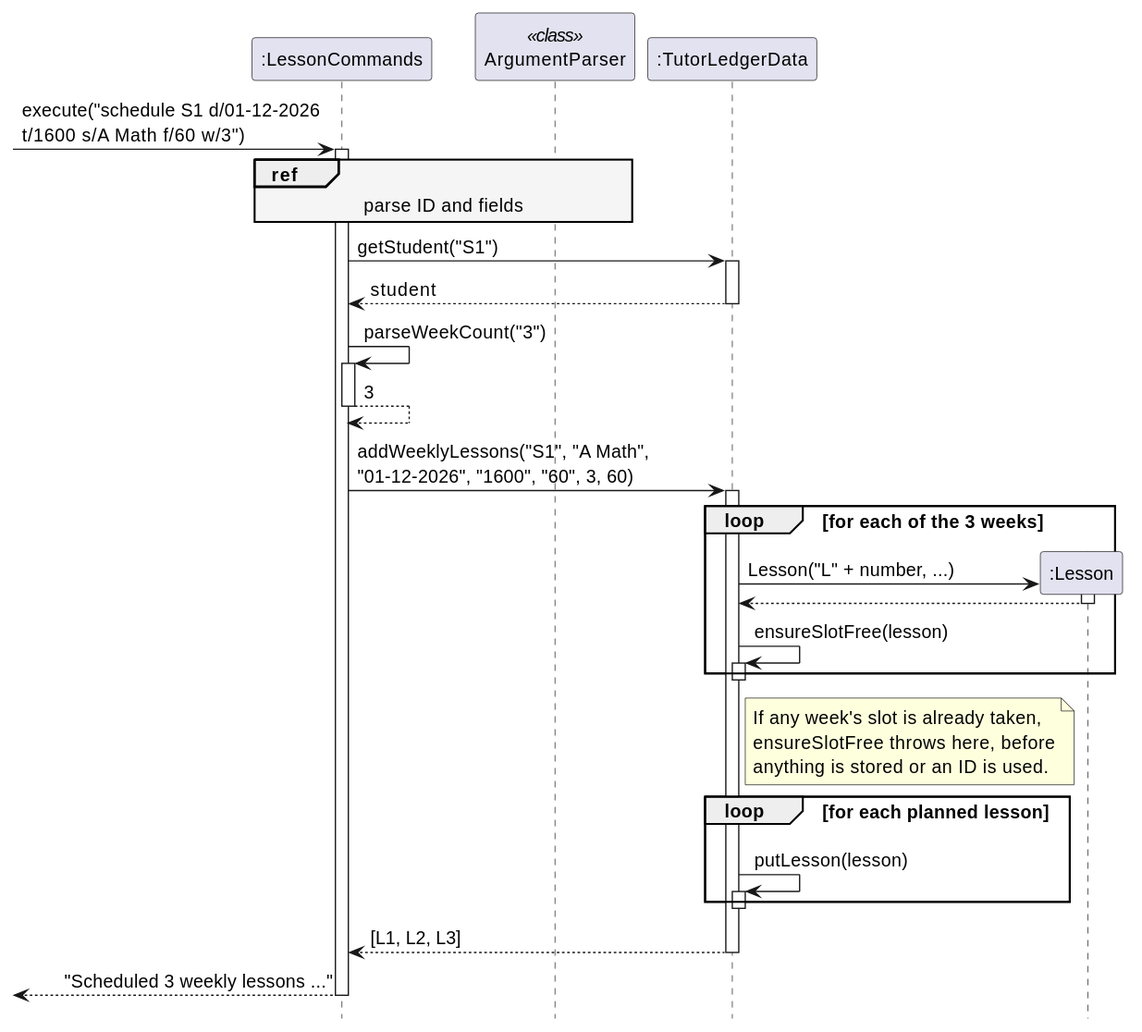
The PlantUML diagram docs/diagrams/lesson-weekly-sequence.svg in AY2627S1-CS2113-W12-2/tp, before a commit. The source it was exported from:
```plantuml
@startuml
skinparam backgroundColor white
skinparam defaultFontSize 14
skinparam shadowing false
skinparam sequenceReferenceBackgroundColor #F5F5F5
hide footbox

participant ":LessonCommands" as Commands
participant "ArgumentParser" as Parser <<class>>
participant ":TutorLedgerData" as Data

[-> Commands : execute("schedule S1 d/01-12-2026\nt/1600 s/A Math f/60 w/3")
activate Commands

ref over Commands, Parser : parse ID and fields

Commands -> Data : getStudent("S1")
activate Data
Data --> Commands : student
deactivate Data

Commands -> Commands : parseWeekCount("3")
activate Commands
Commands --> Commands : 3
deactivate Commands

Commands -> Data : addWeeklyLessons("S1", "A Math",\n"01-12-2026", "1600", "60", 3, 60)
activate Data

loop for each of the 3 weeks
  create ":Lesson" as Lesson
  Data -> Lesson : Lesson("L" + number, ...)
  activate Lesson
  Lesson --> Data
  deactivate Lesson
  Data -> Data : ensureSlotFree(lesson)
  activate Data
  deactivate Data
end

note right of Data
  If any week's slot is already taken,
  ensureSlotFree throws here, before
  anything is stored or an ID is used.
end note

loop for each planned lesson
  Data -> Data : putLesson(lesson)
  activate Data
  deactivate Data
end

Data --> Commands : [L1, L2, L3]
deactivate Data

[<-- Commands : "Scheduled 3 weekly lessons ..."
deactivate Commands
@enduml
```
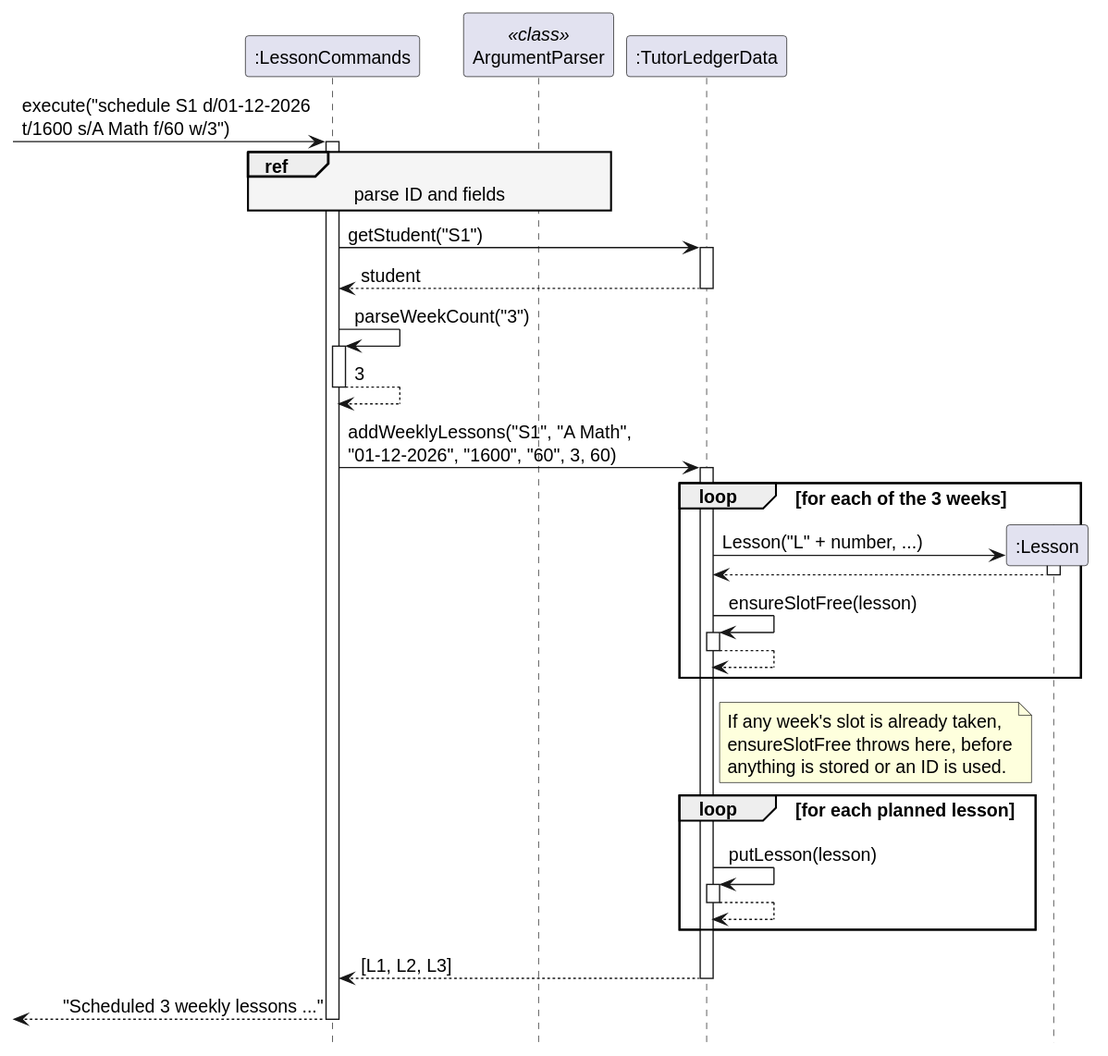
After the commit.

Diff of the diagram source:
```diff
@@ -35,6 +35,7 @@
   deactivate Lesson
   Data -> Data : ensureSlotFree(lesson)
   activate Data
+  Data --> Data
   deactivate Data
 end
 
@@ -47,6 +48,7 @@
 loop for each planned lesson
   Data -> Data : putLesson(lesson)
   activate Data
+  Data --> Data
   deactivate Data
 end
 
```
